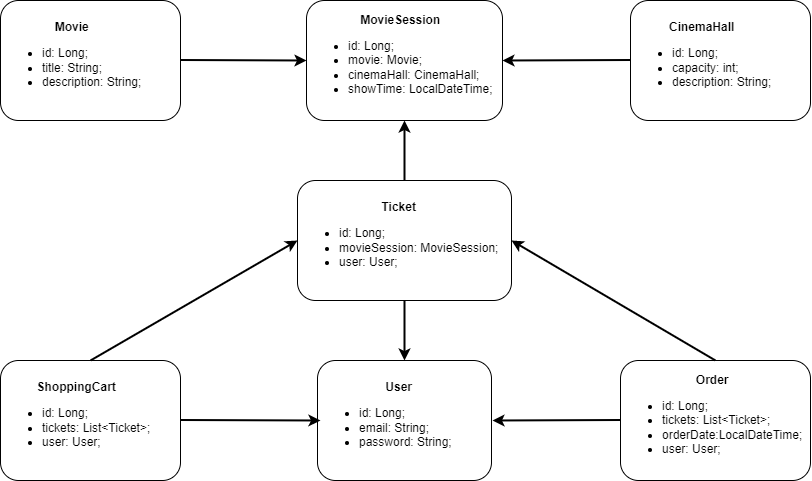
This is Cinema_chart.png from SpaceUrgent/cinema-app, a draw.io export, as it was before one commit. Source tidied: cells renumbered, new cells last; positions are measured from the earlier drawing's top-left corner, leaving out a move shared by most shapes. The source it was exported from:
```xml
<mxGraphModel>
  <root>
    <mxCell id="0" />
    <mxCell id="1" parent="0" />
    <mxCell id="2" value="&lt;div style=&quot;text-align: center;&quot;&gt;&lt;b&gt;Movie&lt;/b&gt;&lt;/div&gt;&lt;ul&gt;&lt;li&gt;id: Long;&lt;/li&gt;&lt;li&gt;title: String;&lt;/li&gt;&lt;li&gt;description: String;&lt;/li&gt;&lt;/ul&gt;" style="rounded=1;whiteSpace=wrap;html=1;align=left;" parent="1" vertex="1">
      <mxGeometry width="180" height="120" as="geometry" />
    </mxCell>
    <mxCell id="3" value="&lt;div style=&quot;text-align: center;&quot;&gt;&lt;b&gt;MovieSession&lt;/b&gt;&lt;/div&gt;&lt;ul&gt;&lt;li&gt;id: Long;&lt;/li&gt;&lt;li&gt;movie: Movie;&lt;/li&gt;&lt;li&gt;cinemaHall: CinemaHall;&lt;/li&gt;&lt;li&gt;showTime: LocalDateTime;&lt;/li&gt;&lt;/ul&gt;" style="rounded=1;whiteSpace=wrap;html=1;align=left;" parent="1" vertex="1">
      <mxGeometry x="306" width="196" height="120" as="geometry" />
    </mxCell>
    <mxCell id="4" value="&lt;div style=&quot;text-align: center;&quot;&gt;&lt;b&gt;CinemaHall&lt;/b&gt;&lt;/div&gt;&lt;ul&gt;&lt;li&gt;id: Long;&lt;/li&gt;&lt;li&gt;capacity: int;&lt;/li&gt;&lt;li&gt;description: String;&lt;/li&gt;&lt;/ul&gt;" style="rounded=1;whiteSpace=wrap;html=1;align=left;" parent="1" vertex="1">
      <mxGeometry x="630" width="180" height="120" as="geometry" />
    </mxCell>
    <mxCell id="5" value="&lt;div style=&quot;text-align: center;&quot;&gt;&lt;b&gt;Ticket&lt;/b&gt;&lt;/div&gt;&lt;ul&gt;&lt;li&gt;id: Long;&lt;/li&gt;&lt;li&gt;movieSession: MovieSession;&lt;/li&gt;&lt;li&gt;user: User;&lt;/li&gt;&lt;/ul&gt;" style="rounded=1;whiteSpace=wrap;html=1;align=left;" parent="1" vertex="1">
      <mxGeometry x="297" y="180" width="214" height="120" as="geometry" />
    </mxCell>
    <mxCell id="6" value="&lt;div style=&quot;text-align: center;&quot;&gt;&lt;b&gt;&lt;span style=&quot;white-space: pre;&quot;&gt;&#9;&lt;/span&gt;User&lt;/b&gt;&lt;/div&gt;&lt;ul&gt;&lt;li&gt;id: Long;&lt;/li&gt;&lt;li&gt;email: String;&lt;/li&gt;&lt;li&gt;password: String;&lt;/li&gt;&lt;/ul&gt;" style="rounded=1;whiteSpace=wrap;html=1;align=left;" parent="1" vertex="1">
      <mxGeometry x="317" y="360" width="174" height="120" as="geometry" />
    </mxCell>
    <mxCell id="7" value="&lt;div style=&quot;text-align: center;&quot;&gt;&lt;b&gt;ShoppingCart&lt;/b&gt;&lt;/div&gt;&lt;ul&gt;&lt;li&gt;id: Long;&lt;/li&gt;&lt;li&gt;tickets: List&amp;lt;Ticket&amp;gt;;&lt;/li&gt;&lt;li&gt;user: User;&lt;/li&gt;&lt;/ul&gt;" style="rounded=1;whiteSpace=wrap;html=1;align=left;" parent="1" vertex="1">
      <mxGeometry y="360" width="180" height="120" as="geometry" />
    </mxCell>
    <mxCell id="8" value="&lt;div style=&quot;text-align: center;&quot;&gt;&lt;b&gt;Order&lt;/b&gt;&lt;/div&gt;&lt;ul&gt;&lt;li&gt;id: Long;&lt;/li&gt;&lt;li&gt;tickets: List&amp;lt;Ticket&amp;gt;;&lt;/li&gt;&lt;li&gt;orderDate:LocalDateTime;&lt;/li&gt;&lt;li&gt;user: User;&lt;/li&gt;&lt;/ul&gt;" style="rounded=1;whiteSpace=wrap;html=1;align=left;" parent="1" vertex="1">
      <mxGeometry x="620" y="360" width="190" height="120" as="geometry" />
    </mxCell>
    <mxCell id="9" style="endArrow=classic;html=1;rounded=0;strokeWidth=2;entryX=0;entryY=0.5;entryDx=0;entryDy=0;" parent="1" edge="1" target="3">
      <mxGeometry relative="1" as="geometry">
        <mxPoint x="180" y="59.5" as="sourcePoint" />
      </mxGeometry>
    </mxCell>
    <mxCell id="10" style="endArrow=classic;html=1;rounded=0;strokeWidth=2;entryX=1;entryY=0.5;entryDx=0;entryDy=0;" parent="1" edge="1" target="3">
      <mxGeometry relative="1" as="geometry">
        <mxPoint x="630" y="59.5" as="sourcePoint" />
      </mxGeometry>
    </mxCell>
    <mxCell id="11" style="endArrow=classic;html=1;rounded=0;strokeWidth=2;" parent="1" edge="1">
      <mxGeometry relative="1" as="geometry">
        <mxPoint x="404" y="180" as="sourcePoint" />
        <mxPoint x="404" y="120" as="targetPoint" />
      </mxGeometry>
    </mxCell>
    <mxCell id="12" style="endArrow=classic;html=1;rounded=0;strokeWidth=2;exitX=0.5;exitY=1;exitDx=0;exitDy=0;entryX=0.5;entryY=0;entryDx=0;entryDy=0;" parent="1" edge="1" source="5" target="6">
      <mxGeometry relative="1" as="geometry" />
    </mxCell>
    <mxCell id="13" style="endArrow=classic;html=1;rounded=0;strokeWidth=2;entryX=1;entryY=0.5;entryDx=0;entryDy=0;" parent="1" edge="1">
      <mxGeometry relative="1" as="geometry">
        <mxPoint x="620" y="419.5" as="sourcePoint" />
        <mxPoint x="492" y="420" as="targetPoint" />
      </mxGeometry>
    </mxCell>
    <mxCell id="14" style="endArrow=classic;html=1;rounded=0;strokeWidth=2;entryX=0.017;entryY=0.5;entryDx=0;entryDy=0;entryPerimeter=0;" parent="1" edge="1" target="6">
      <mxGeometry relative="1" as="geometry">
        <mxPoint x="180" y="419.5" as="sourcePoint" />
      </mxGeometry>
    </mxCell>
    <mxCell id="15" style="endArrow=classic;html=1;rounded=0;strokeWidth=2;entryX=0;entryY=0.5;entryDx=0;entryDy=0;exitX=0.5;exitY=0;exitDx=0;exitDy=0;" parent="1" edge="1" source="7" target="5">
      <mxGeometry relative="1" as="geometry" />
    </mxCell>
    <mxCell id="16" style="endArrow=classic;html=1;rounded=0;strokeWidth=2;entryX=1;entryY=0.5;entryDx=0;entryDy=0;exitX=0.5;exitY=0;exitDx=0;exitDy=0;" parent="1" edge="1" source="8" target="5">
      <mxGeometry relative="1" as="geometry" />
    </mxCell>
  </root>
</mxGraphModel>
```
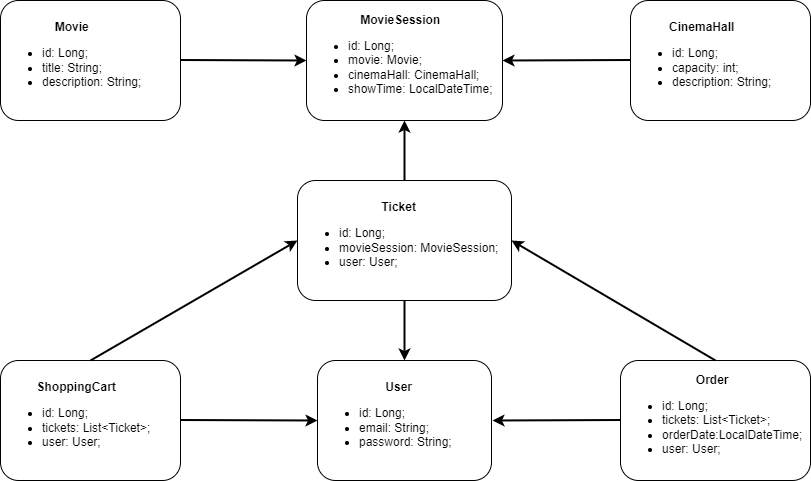
The same diagram one commit later.

Change to the diagram source:
```diff
@@ -48,7 +48,7 @@
         <mxPoint x="492" y="420" as="targetPoint" />
       </mxGeometry>
     </mxCell>
-    <mxCell id="14" style="endArrow=classic;html=1;rounded=0;strokeWidth=2;entryX=0.017;entryY=0.5;entryDx=0;entryDy=0;entryPerimeter=0;" parent="1" edge="1" target="6">
+    <mxCell id="14" style="endArrow=classic;html=1;rounded=0;strokeWidth=2;entryX=0;entryY=0.5;entryDx=0;entryDy=0;" parent="1" edge="1" target="6">
       <mxGeometry relative="1" as="geometry">
         <mxPoint x="180" y="419.5" as="sourcePoint" />
       </mxGeometry>
```
